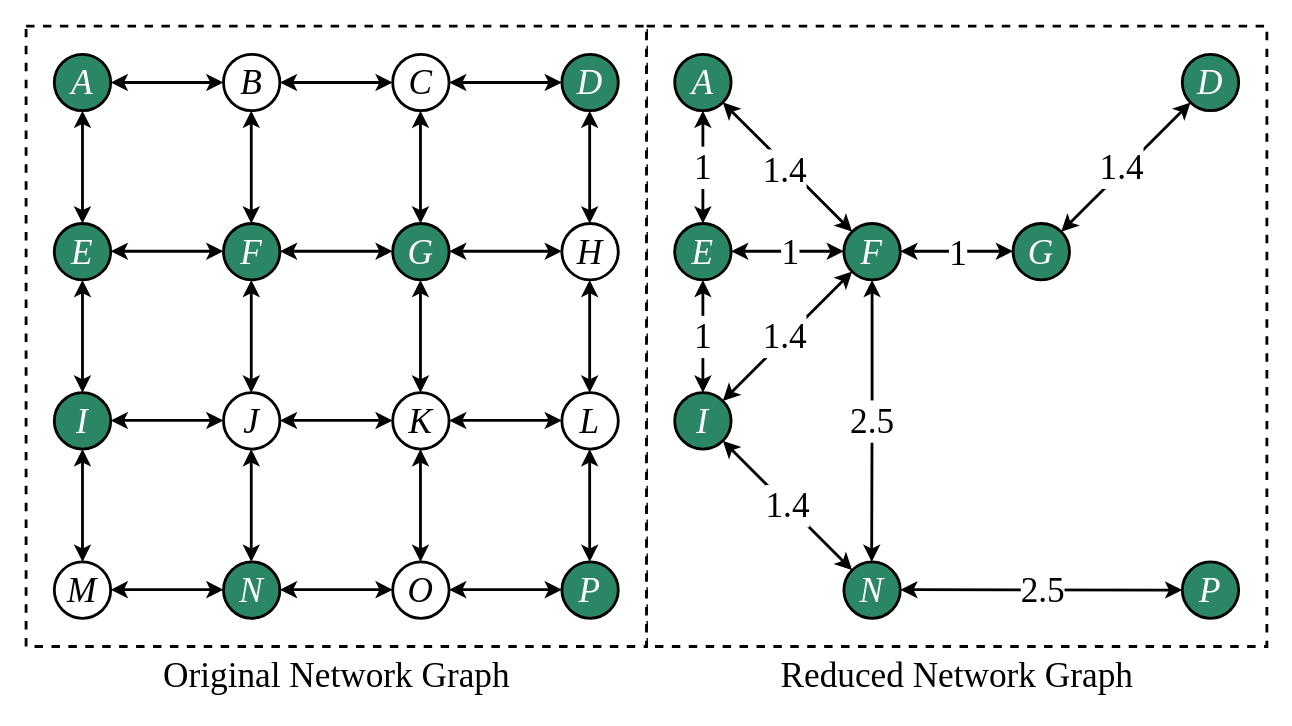
Before: Paper/figs/reduced_sub_network_graph.drawio in airabino/charger_network_analysis, a draw.io diagram. Source tidied: cells renumbered, new cells numbered last; positions are measured from the earlier drawing's top-left corner, leaving out a move shared by most shapes. Both pictures are drawn from the tidied source at 141%, with x=0, y=0 at pixel (25, 25).
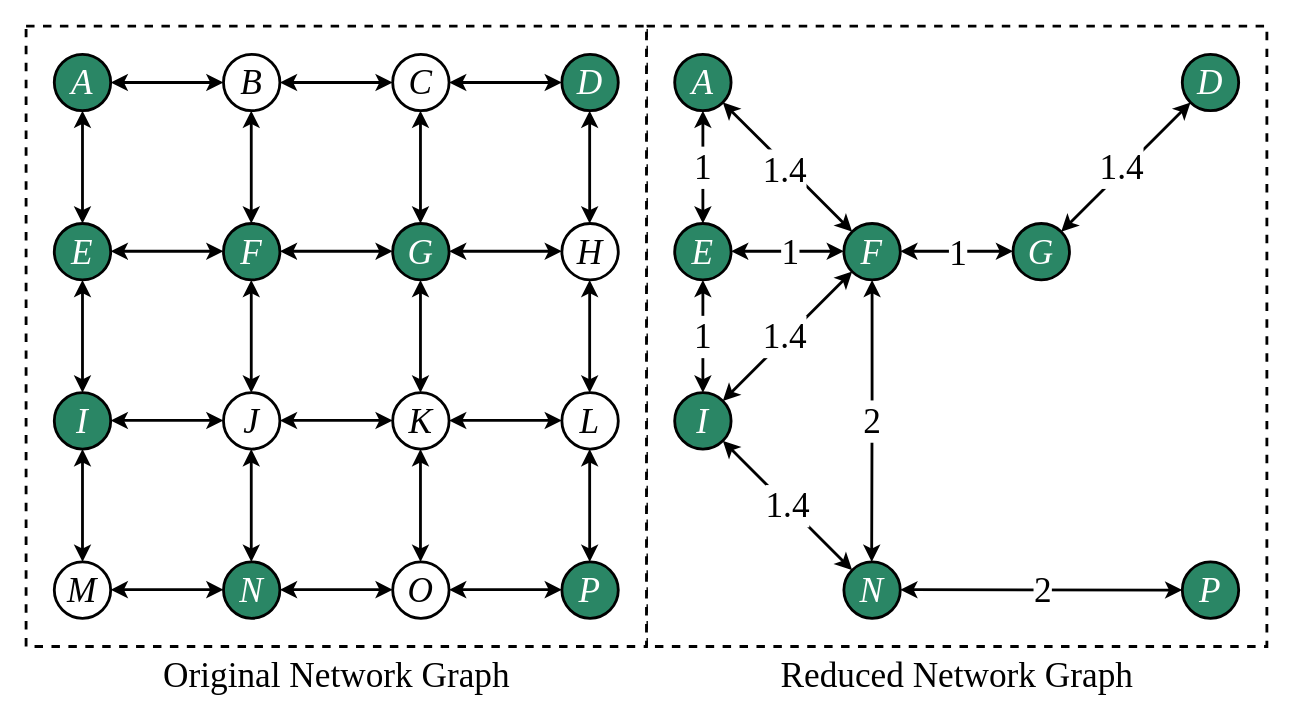
Above is the later version.

Unchanged cells that the change refers to:
```xml
<mxCell id="56" style="endArrow=classic;startArrow=classic;html=1;rounded=0;exitX=0.5;exitY=0;exitDx=0;exitDy=0;entryX=0.5;entryY=1;entryDx=0;entryDy=0;strokeWidth=2;fontColor=#FFFFFF;fontFamily=Times New Roman;fontSize=25;" parent="1" edge="1" target="47">
  <mxGeometry relative="1" as="geometry">
    <mxPoint x="599.7" y="380" as="sourcePoint" />
    <Array as="points">
      <mxPoint x="600" y="270" />
    </Array>
  </mxGeometry>
</mxCell>
<mxCell id="63" style="endArrow=classic;startArrow=classic;html=1;rounded=0;exitX=1;exitY=0.5;exitDx=0;exitDy=0;strokeWidth=2;entryX=0;entryY=0.5;entryDx=0;entryDy=0;fontColor=#FFFFFF;fontFamily=Times New Roman;fontSize=25;" parent="1" edge="1" target="51">
  <mxGeometry relative="1" as="geometry">
    <mxPoint x="620" y="399.7" as="sourcePoint" />
  </mxGeometry>
</mxCell>
```

The edit, as a diff of the source:
```diff
@@
-    <mxCell id="57" value="2.5" style="edgeLabel;html=1;align=center;verticalAlign=middle;fontFamily=Times New Roman;fontSize=25;" parent="56" vertex="1">
+    <mxCell id="57" value="2" style="edgeLabel;html=1;align=center;verticalAlign=middle;fontFamily=Times New Roman;fontSize=25;" parent="56" vertex="1">
       <mxGeometry x="-0.07" y="2" relative="1" as="geometry">
         <mxPoint x="2" y="-7" as="offset" />
       </mxGeometry>
     </mxCell>
@@
-    <mxCell id="64" value="2.5" style="edgeLabel;html=1;align=center;verticalAlign=middle;fontFamily=Times New Roman;fontSize=25;" parent="63" vertex="1">
+    <mxCell id="64" value="2" style="edgeLabel;html=1;align=center;verticalAlign=middle;fontFamily=Times New Roman;fontSize=25;" parent="63" vertex="1">
       <mxGeometry x="0.03" y="3" relative="1" as="geometry">
         <mxPoint x="-3" y="3" as="offset" />
       </mxGeometry>
     </mxCell>
```
